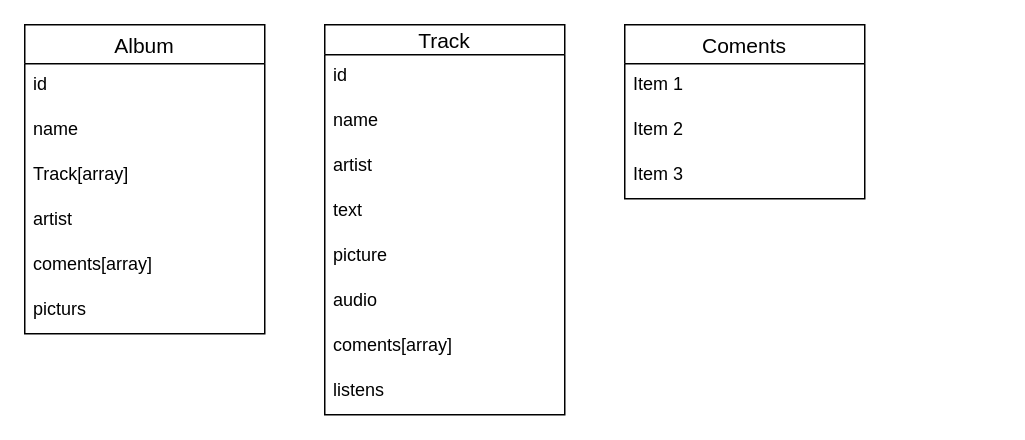
Earlier version of the draw.io diagram music.drawio (Nikolinc/Music). Source tidied: cells renumbered, new cells numbered last; positions are measured from the earlier drawing's top-left corner, leaving out a move shared by most shapes. Both pictures are drawn from the tidied source at 150%, with x=0, y=0 at pixel (24, 24).
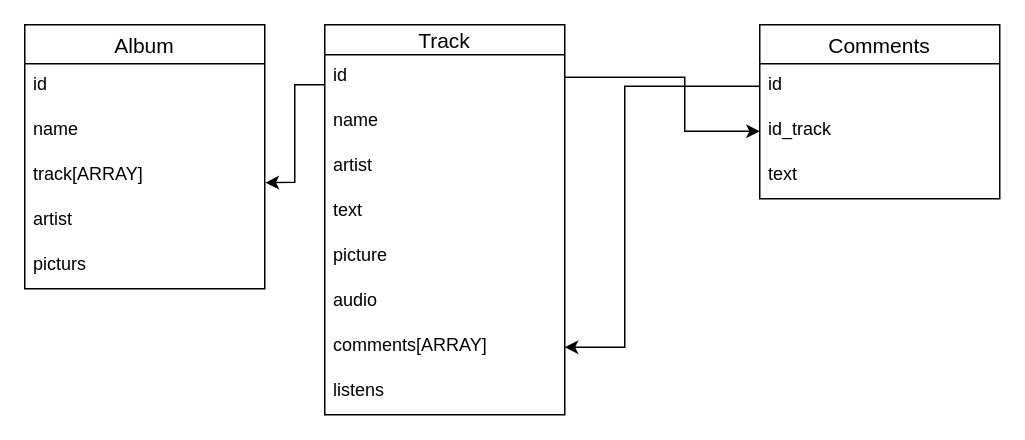
The same page after the edit.

Commit message:
add table comments

The change refers to these unchanged cells:
```xml
<mxCell id="9" value="Track" style="swimlane;fontStyle=0;horizontal=1;startSize=20;align=center;fontSize=14;" parent="1" vertex="1">
  <mxGeometry x="200" width="160" height="260" as="geometry" />
</mxCell>
<mxCell id="10" value="id" style="text;strokeColor=none;fillColor=none;spacingLeft=4;spacingRight=4;overflow=hidden;points=[[0,0.5],[1,0.5]];portConstraint=eastwest;fontSize=12;" parent="9" vertex="1">
  <mxGeometry y="20" width="160" height="30" as="geometry" />
</mxCell>
```

What changed in the source:
```diff
@@
     <mxCell id="2" value="Album" style="swimlane;fontStyle=0;horizontal=1;startSize=26;align=center;fontSize=14;" parent="1" vertex="1">
-      <mxGeometry width="160" height="206" as="geometry" />
+      <mxGeometry width="160" height="176" as="geometry" />
     </mxCell>
@@
-    <mxCell id="5" value="Track[array]" style="text;strokeColor=none;fillColor=none;spacingLeft=4;spacingRight=4;overflow=hidden;points=[[0,0.5],[1,0.5]];portConstraint=eastwest;fontSize=12;" parent="2" vertex="1">
+    <mxCell id="5" value="track[ARRAY]" style="text;strokeColor=none;fillColor=none;spacingLeft=4;spacingRight=4;overflow=hidden;points=[[0,0.5],[1,0.5]];portConstraint=eastwest;fontSize=12;" parent="2" vertex="1">
       <mxGeometry y="86" width="160" height="30" as="geometry" />
     </mxCell>
@@
-    <mxCell id="7" value="coments[array]" style="text;strokeColor=none;fillColor=none;spacingLeft=4;spacingRight=4;overflow=hidden;fontSize=12;" parent="2" vertex="1">
-      <mxGeometry y="146" width="160" height="30" as="geometry" />
-    </mxCell>
     <mxCell id="8" value="picturs" style="text;strokeColor=none;fillColor=none;spacingLeft=4;spacingRight=4;overflow=hidden;fontSize=12;" parent="2" vertex="1">
-      <mxGeometry y="176" width="160" height="30" as="geometry" />
+      <mxGeometry y="146" width="160" height="30" as="geometry" />
     </mxCell>
@@
-    <mxCell id="16" value="coments[array]" style="text;strokeColor=none;fillColor=none;spacingLeft=4;spacingRight=4;overflow=hidden;points=[[0,0.5],[1,0.5]];portConstraint=eastwest;fontSize=12;" parent="9" vertex="1">
+    <mxCell id="16" value="comments[ARRAY]" style="text;strokeColor=none;fillColor=none;spacingLeft=4;spacingRight=4;overflow=hidden;points=[[0,0.5],[1,0.5]];portConstraint=eastwest;fontSize=12;" parent="9" vertex="1">
       <mxGeometry y="200" width="160" height="30" as="geometry" />
     </mxCell>
@@
-    <mxCell id="18" value="Coments" style="swimlane;fontStyle=0;horizontal=1;startSize=26;align=center;fontSize=14;" parent="1" vertex="1">
-      <mxGeometry x="400" width="160" height="116" as="geometry" />
+    <mxCell id="18" value="Comments" style="swimlane;fontStyle=0;horizontal=1;startSize=26;align=center;fontSize=14;" parent="1" vertex="1">
+      <mxGeometry x="490" width="160" height="116" as="geometry" />
     </mxCell>
-    <mxCell id="19" value="Item 1" style="text;strokeColor=none;fillColor=none;spacingLeft=4;spacingRight=4;overflow=hidden;points=[[0,0.5],[1,0.5]];portConstraint=eastwest;fontSize=12;" parent="18" vertex="1">
+    <mxCell id="19" value="id" style="text;strokeColor=none;fillColor=none;spacingLeft=4;spacingRight=4;overflow=hidden;points=[[0,0.5],[1,0.5]];portConstraint=eastwest;fontSize=12;" parent="18" vertex="1">
       <mxGeometry y="26" width="160" height="30" as="geometry" />
     </mxCell>
-    <mxCell id="20" value="Item 2" style="text;strokeColor=none;fillColor=none;spacingLeft=4;spacingRight=4;overflow=hidden;points=[[0,0.5],[1,0.5]];portConstraint=eastwest;fontSize=12;" parent="18" vertex="1">
+    <mxCell id="20" value="id_track" style="text;strokeColor=none;fillColor=none;spacingLeft=4;spacingRight=4;overflow=hidden;points=[[0,0.5],[1,0.5]];portConstraint=eastwest;fontSize=12;" parent="18" vertex="1">
       <mxGeometry y="56" width="160" height="30" as="geometry" />
     </mxCell>
-    <mxCell id="21" value="Item 3" style="text;strokeColor=none;fillColor=none;spacingLeft=4;spacingRight=4;overflow=hidden;fontSize=12;" parent="18" vertex="1">
+    <mxCell id="21" value="text" style="text;strokeColor=none;fillColor=none;spacingLeft=4;spacingRight=4;overflow=hidden;fontSize=12;" parent="18" vertex="1">
       <mxGeometry y="86" width="160" height="30" as="geometry" />
     </mxCell>
+    <mxCell id="22" style="endArrow=classic;html=1;rounded=0;entryX=0;entryY=0.5;entryDx=0;entryDy=0;exitX=1;exitY=0.5;exitDx=0;exitDy=0;" parent="1" edge="1" source="10" target="20">
+      <mxGeometry relative="1" as="geometry">
+        <Array as="points">
+          <mxPoint x="440" y="35" />
+          <mxPoint x="440" y="71" />
+        </Array>
+      </mxGeometry>
+    </mxCell>
+    <mxCell id="23" style="endArrow=classic;html=1;rounded=0;exitX=0;exitY=0.5;exitDx=0;exitDy=0;entryX=1;entryY=0.5;entryDx=0;entryDy=0;" parent="1" edge="1" source="19" target="16">
+      <mxGeometry relative="1" as="geometry">
+        <Array as="points">
+          <mxPoint x="400" y="41" />
+          <mxPoint x="400" y="215" />
+        </Array>
+      </mxGeometry>
+    </mxCell>
+    <mxCell id="24" style="endArrow=classic;html=1;rounded=0;entryX=1.003;entryY=0.643;entryDx=0;entryDy=0;entryPerimeter=0;exitX=0;exitY=0.667;exitDx=0;exitDy=0;exitPerimeter=0;" parent="1" edge="1" source="10" target="5">
+      <mxGeometry relative="1" as="geometry">
+        <Array as="points">
+          <mxPoint x="180" y="40" />
+          <mxPoint x="180" y="105" />
+        </Array>
+      </mxGeometry>
+    </mxCell>
```
